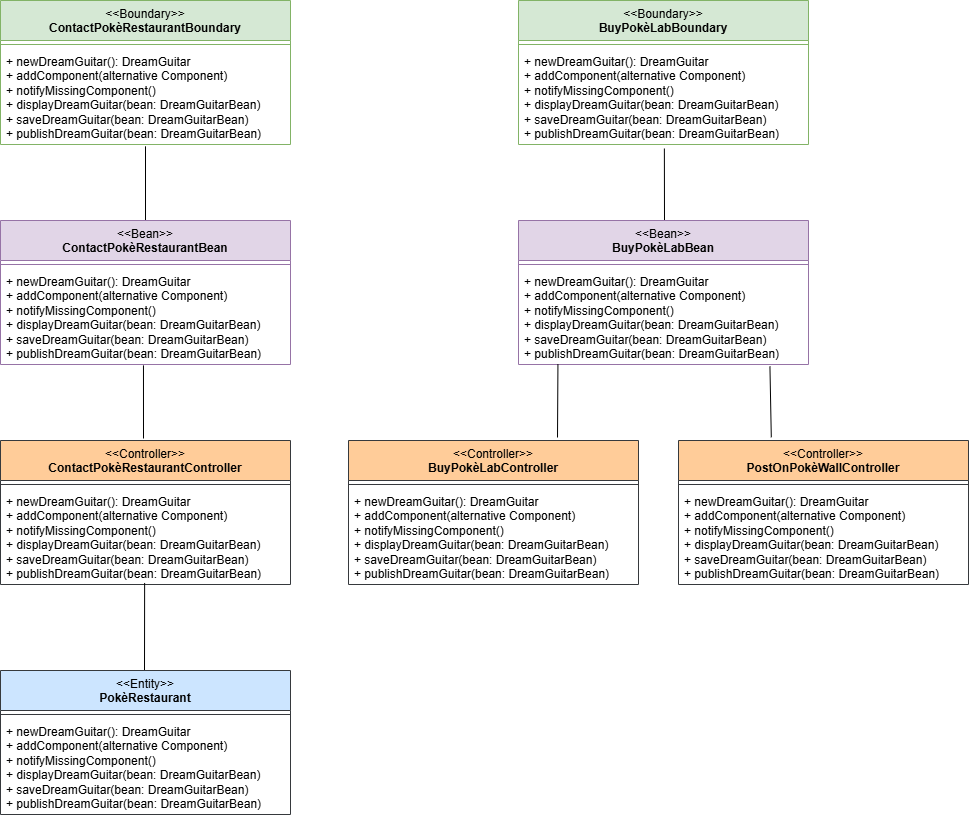
matteopinfildi/ISPW-Project keeps this draw.io diagram as diagrams/BCE.drawio.png. Above is the earlier version. Source tidied: cells renumbered, new cells last; positions are measured from the earlier drawing's top-left corner, leaving out a move shared by most shapes. Source of this version:
```xml
<mxGraphModel>
  <root>
    <mxCell id="0" />
    <mxCell id="1" parent="0" />
    <mxCell id="2" value="&lt;div&gt;&lt;span style=&quot;font-weight: normal;&quot;&gt;&amp;lt;&amp;lt;Boundary&amp;gt;&amp;gt;&lt;/span&gt;&lt;/div&gt;ContactPokèRestaurantBoundary" style="swimlane;fontStyle=1;align=center;verticalAlign=top;horizontal=1;startSize=40;whiteSpace=wrap;html=1;fillColor=#d5e8d4;strokeColor=#82b366;" parent="1" vertex="1">
      <mxGeometry width="290" height="144" as="geometry" />
    </mxCell>
    <mxCell id="3" style="line;strokeWidth=1;fillColor=none;align=left;verticalAlign=middle;spacingTop=-1;spacingLeft=3;spacingRight=3;labelPosition=right;strokeColor=inherit;" parent="2" vertex="1">
      <mxGeometry y="40" width="290" height="8" as="geometry" />
    </mxCell>
    <mxCell id="4" value="+ newDreamGuitar(): DreamGuitar&lt;div&gt;+ addComponent(alternative Component)&lt;/div&gt;&lt;div&gt;+ notifyMissingComponent()&lt;/div&gt;&lt;div&gt;&lt;div&gt;+ displayDreamGuitar(bean: DreamGuitarBean)&lt;/div&gt;&lt;div&gt;+ saveDreamGuitar(bean: DreamGuitarBean)&amp;nbsp;&lt;/div&gt;&lt;/div&gt;&lt;div&gt;+ publishDreamGuitar(bean: DreamGuitarBean)&lt;/div&gt;" style="text;strokeColor=none;fillColor=none;align=left;verticalAlign=top;spacingLeft=4;spacingRight=4;overflow=hidden;points=[[0,0.5],[1,0.5]];portConstraint=eastwest;whiteSpace=wrap;html=1;" parent="2" vertex="1">
      <mxGeometry y="48" width="290" height="96" as="geometry" />
    </mxCell>
    <mxCell id="5" value="&lt;div&gt;&lt;span style=&quot;font-weight: normal;&quot;&gt;&amp;lt;&amp;lt;Boundary&amp;gt;&amp;gt;&lt;/span&gt;&lt;/div&gt;BuyPokèLabBoundary" style="swimlane;fontStyle=1;align=center;verticalAlign=top;horizontal=1;startSize=40;whiteSpace=wrap;html=1;fillColor=#d5e8d4;strokeColor=#82b366;" parent="1" vertex="1">
      <mxGeometry x="518" width="290" height="144" as="geometry" />
    </mxCell>
    <mxCell id="6" style="line;strokeWidth=1;fillColor=none;align=left;verticalAlign=middle;spacingTop=-1;spacingLeft=3;spacingRight=3;labelPosition=right;strokeColor=inherit;" parent="5" vertex="1">
      <mxGeometry y="40" width="290" height="8" as="geometry" />
    </mxCell>
    <mxCell id="7" value="+ newDreamGuitar(): DreamGuitar&lt;div&gt;+ addComponent(alternative Component)&lt;/div&gt;&lt;div&gt;+ notifyMissingComponent()&lt;/div&gt;&lt;div&gt;&lt;div&gt;+ displayDreamGuitar(bean: DreamGuitarBean)&lt;/div&gt;&lt;div&gt;+ saveDreamGuitar(bean: DreamGuitarBean)&amp;nbsp;&lt;/div&gt;&lt;/div&gt;&lt;div&gt;+ publishDreamGuitar(bean: DreamGuitarBean)&lt;/div&gt;" style="text;strokeColor=none;fillColor=none;align=left;verticalAlign=top;spacingLeft=4;spacingRight=4;overflow=hidden;points=[[0,0.5],[1,0.5]];portConstraint=eastwest;whiteSpace=wrap;html=1;" parent="5" vertex="1">
      <mxGeometry y="48" width="290" height="96" as="geometry" />
    </mxCell>
    <mxCell id="8" style="endArrow=none;html=1;rounded=0;exitX=0.5;exitY=1.019;exitDx=0;exitDy=0;exitPerimeter=0;" parent="1" edge="1" source="4">
      <mxGeometry relative="1" as="geometry">
        <mxPoint x="145" y="220" as="targetPoint" />
      </mxGeometry>
    </mxCell>
    <mxCell id="9" style="endArrow=none;html=1;rounded=0;exitX=0.503;exitY=1.042;exitDx=0;exitDy=0;exitPerimeter=0;" parent="1" edge="1" source="7">
      <mxGeometry relative="1" as="geometry">
        <mxPoint x="664" y="220" as="targetPoint" />
      </mxGeometry>
    </mxCell>
    <mxCell id="10" value="&lt;div&gt;&lt;span style=&quot;font-weight: normal;&quot;&gt;&amp;lt;&amp;lt;Bean&amp;gt;&amp;gt;&lt;/span&gt;&lt;/div&gt;ContactPokèRestaurantBean" style="swimlane;fontStyle=1;align=center;verticalAlign=top;horizontal=1;startSize=40;whiteSpace=wrap;html=1;fillColor=#e1d5e7;strokeColor=#9673a6;" parent="1" vertex="1">
      <mxGeometry y="220" width="290" height="144" as="geometry" />
    </mxCell>
    <mxCell id="11" style="line;strokeWidth=1;fillColor=none;align=left;verticalAlign=middle;spacingTop=-1;spacingLeft=3;spacingRight=3;labelPosition=right;strokeColor=inherit;" parent="10" vertex="1">
      <mxGeometry y="40" width="290" height="8" as="geometry" />
    </mxCell>
    <mxCell id="12" value="+ newDreamGuitar(): DreamGuitar&lt;div&gt;+ addComponent(alternative Component)&lt;/div&gt;&lt;div&gt;+ notifyMissingComponent()&lt;/div&gt;&lt;div&gt;&lt;div&gt;+ displayDreamGuitar(bean: DreamGuitarBean)&lt;/div&gt;&lt;div&gt;+ saveDreamGuitar(bean: DreamGuitarBean)&amp;nbsp;&lt;/div&gt;&lt;/div&gt;&lt;div&gt;+ publishDreamGuitar(bean: DreamGuitarBean)&lt;/div&gt;" style="text;strokeColor=none;fillColor=none;align=left;verticalAlign=top;spacingLeft=4;spacingRight=4;overflow=hidden;whiteSpace=wrap;html=1;" parent="10" vertex="1">
      <mxGeometry y="48" width="290" height="96" as="geometry" />
    </mxCell>
    <mxCell id="13" value="&lt;div&gt;&lt;span style=&quot;font-weight: normal;&quot;&gt;&amp;lt;&amp;lt;Bean&amp;gt;&amp;gt;&lt;/span&gt;&lt;/div&gt;BuyPokèLabBean" style="swimlane;fontStyle=1;align=center;verticalAlign=top;horizontal=1;startSize=40;whiteSpace=wrap;html=1;fillColor=#e1d5e7;strokeColor=#9673a6;" parent="1" vertex="1">
      <mxGeometry x="518" y="220" width="290" height="144" as="geometry" />
    </mxCell>
    <mxCell id="14" style="line;strokeWidth=1;fillColor=none;align=left;verticalAlign=middle;spacingTop=-1;spacingLeft=3;spacingRight=3;labelPosition=right;strokeColor=inherit;" parent="13" vertex="1">
      <mxGeometry y="40" width="290" height="8" as="geometry" />
    </mxCell>
    <mxCell id="15" value="+ newDreamGuitar(): DreamGuitar&lt;div&gt;+ addComponent(alternative Component)&lt;/div&gt;&lt;div&gt;+ notifyMissingComponent()&lt;/div&gt;&lt;div&gt;&lt;div&gt;+ displayDreamGuitar(bean: DreamGuitarBean)&lt;/div&gt;&lt;div&gt;+ saveDreamGuitar(bean: DreamGuitarBean)&amp;nbsp;&lt;/div&gt;&lt;/div&gt;&lt;div&gt;+ publishDreamGuitar(bean: DreamGuitarBean)&lt;/div&gt;" style="text;strokeColor=none;fillColor=none;align=left;verticalAlign=top;spacingLeft=4;spacingRight=4;overflow=hidden;points=[[0,0.5],[1,0.5]];portConstraint=eastwest;whiteSpace=wrap;html=1;" parent="13" vertex="1">
      <mxGeometry y="48" width="290" height="96" as="geometry" />
    </mxCell>
    <mxCell id="16" style="endArrow=none;html=1;rounded=0;exitX=0.493;exitY=1.03;exitDx=0;exitDy=0;exitPerimeter=0;" parent="1" edge="1">
      <mxGeometry relative="1" as="geometry">
        <mxPoint x="143" y="364.9" as="sourcePoint" />
        <mxPoint x="143" y="438" as="targetPoint" />
      </mxGeometry>
    </mxCell>
    <mxCell id="17" style="endArrow=none;html=1;rounded=0;entryX=0.136;entryY=0.996;entryDx=0;entryDy=0;entryPerimeter=0;" parent="1" edge="1" target="15">
      <mxGeometry relative="1" as="geometry">
        <mxPoint x="557" y="437" as="sourcePoint" />
      </mxGeometry>
    </mxCell>
    <mxCell id="18" value="&lt;div&gt;&lt;span style=&quot;font-weight: normal;&quot;&gt;&amp;lt;&amp;lt;Controller&amp;gt;&amp;gt;&lt;/span&gt;&lt;/div&gt;ContactPokèRestaurantController" style="swimlane;fontStyle=1;align=center;verticalAlign=top;horizontal=1;startSize=40;whiteSpace=wrap;html=1;fillColor=#ffcc99;strokeColor=#36393d;" parent="1" vertex="1">
      <mxGeometry y="440" width="290" height="144" as="geometry" />
    </mxCell>
    <mxCell id="19" style="line;strokeWidth=1;fillColor=none;align=left;verticalAlign=middle;spacingTop=-1;spacingLeft=3;spacingRight=3;labelPosition=right;strokeColor=inherit;" parent="18" vertex="1">
      <mxGeometry y="40" width="290" height="8" as="geometry" />
    </mxCell>
    <mxCell id="20" value="+ newDreamGuitar(): DreamGuitar&lt;div&gt;+ addComponent(alternative Component)&lt;/div&gt;&lt;div&gt;+ notifyMissingComponent()&lt;/div&gt;&lt;div&gt;&lt;div&gt;+ displayDreamGuitar(bean: DreamGuitarBean)&lt;/div&gt;&lt;div&gt;+ saveDreamGuitar(bean: DreamGuitarBean)&amp;nbsp;&lt;/div&gt;&lt;/div&gt;&lt;div&gt;+ publishDreamGuitar(bean: DreamGuitarBean)&lt;/div&gt;" style="text;strokeColor=none;fillColor=none;align=left;verticalAlign=top;spacingLeft=4;spacingRight=4;overflow=hidden;points=[[0,0.5],[1,0.5]];portConstraint=eastwest;whiteSpace=wrap;html=1;" parent="18" vertex="1">
      <mxGeometry y="48" width="290" height="96" as="geometry" />
    </mxCell>
    <mxCell id="21" value="&lt;div&gt;&lt;span style=&quot;font-weight: normal;&quot;&gt;&amp;lt;&amp;lt;Controller&amp;gt;&amp;gt;&lt;/span&gt;&lt;/div&gt;BuyPokèLabController" style="swimlane;fontStyle=1;align=center;verticalAlign=top;horizontal=1;startSize=40;whiteSpace=wrap;html=1;fillColor=#ffcc99;strokeColor=#36393d;" parent="1" vertex="1">
      <mxGeometry x="348" y="440" width="290" height="144" as="geometry" />
    </mxCell>
    <mxCell id="22" style="line;strokeWidth=1;fillColor=none;align=left;verticalAlign=middle;spacingTop=-1;spacingLeft=3;spacingRight=3;labelPosition=right;strokeColor=inherit;" parent="21" vertex="1">
      <mxGeometry y="40" width="290" height="8" as="geometry" />
    </mxCell>
    <mxCell id="23" value="+ newDreamGuitar(): DreamGuitar&lt;div&gt;+ addComponent(alternative Component)&lt;/div&gt;&lt;div&gt;+ notifyMissingComponent()&lt;/div&gt;&lt;div&gt;&lt;div&gt;+ displayDreamGuitar(bean: DreamGuitarBean)&lt;/div&gt;&lt;div&gt;+ saveDreamGuitar(bean: DreamGuitarBean)&amp;nbsp;&lt;/div&gt;&lt;/div&gt;&lt;div&gt;+ publishDreamGuitar(bean: DreamGuitarBean)&lt;/div&gt;" style="text;strokeColor=none;fillColor=none;align=left;verticalAlign=top;spacingLeft=4;spacingRight=4;overflow=hidden;points=[[0,0.5],[1,0.5]];portConstraint=eastwest;whiteSpace=wrap;html=1;" parent="21" vertex="1">
      <mxGeometry y="48" width="290" height="96" as="geometry" />
    </mxCell>
    <mxCell id="24" value="&lt;div&gt;&lt;span style=&quot;font-weight: normal;&quot;&gt;&amp;lt;&amp;lt;Controller&amp;gt;&amp;gt;&lt;/span&gt;&lt;/div&gt;PostOnPokèWallController" style="swimlane;fontStyle=1;align=center;verticalAlign=top;horizontal=1;startSize=40;whiteSpace=wrap;html=1;fillColor=#ffcc99;strokeColor=#36393d;" parent="1" vertex="1">
      <mxGeometry x="678" y="440" width="290" height="144" as="geometry" />
    </mxCell>
    <mxCell id="25" style="line;strokeWidth=1;fillColor=none;align=left;verticalAlign=middle;spacingTop=-1;spacingLeft=3;spacingRight=3;labelPosition=right;strokeColor=inherit;" parent="24" vertex="1">
      <mxGeometry y="40" width="290" height="8" as="geometry" />
    </mxCell>
    <mxCell id="26" value="+ newDreamGuitar(): DreamGuitar&lt;div&gt;+ addComponent(alternative Component)&lt;/div&gt;&lt;div&gt;+ notifyMissingComponent()&lt;/div&gt;&lt;div&gt;&lt;div&gt;+ displayDreamGuitar(bean: DreamGuitarBean)&lt;/div&gt;&lt;div&gt;+ saveDreamGuitar(bean: DreamGuitarBean)&amp;nbsp;&lt;/div&gt;&lt;/div&gt;&lt;div&gt;+ publishDreamGuitar(bean: DreamGuitarBean)&lt;/div&gt;" style="text;strokeColor=none;fillColor=none;align=left;verticalAlign=top;spacingLeft=4;spacingRight=4;overflow=hidden;points=[[0,0.5],[1,0.5]];portConstraint=eastwest;whiteSpace=wrap;html=1;" parent="24" vertex="1">
      <mxGeometry y="48" width="290" height="96" as="geometry" />
    </mxCell>
    <mxCell id="27" style="endArrow=none;html=1;rounded=0;entryX=0.867;entryY=1.019;entryDx=0;entryDy=0;entryPerimeter=0;exitX=0.32;exitY=-0.022;exitDx=0;exitDy=0;exitPerimeter=0;" parent="1" edge="1" source="24" target="15">
      <mxGeometry relative="1" as="geometry" />
    </mxCell>
    <mxCell id="28" style="endArrow=none;html=1;rounded=0;entryX=0.497;entryY=0.984;entryDx=0;entryDy=0;entryPerimeter=0;" parent="1" edge="1" target="20">
      <mxGeometry relative="1" as="geometry">
        <mxPoint x="144" y="670" as="sourcePoint" />
      </mxGeometry>
    </mxCell>
    <mxCell id="29" value="&lt;div&gt;&lt;span style=&quot;font-weight: normal;&quot;&gt;&amp;lt;&amp;lt;Entity&amp;gt;&amp;gt;&lt;/span&gt;&lt;/div&gt;PokèRestaurant" style="swimlane;fontStyle=1;align=center;verticalAlign=top;horizontal=1;startSize=40;whiteSpace=wrap;html=1;fillColor=#cce5ff;strokeColor=#36393d;" parent="1" vertex="1">
      <mxGeometry y="670" width="290" height="144" as="geometry" />
    </mxCell>
    <mxCell id="30" style="line;strokeWidth=1;fillColor=none;align=left;verticalAlign=middle;spacingTop=-1;spacingLeft=3;spacingRight=3;labelPosition=right;strokeColor=inherit;" parent="29" vertex="1">
      <mxGeometry y="40" width="290" height="8" as="geometry" />
    </mxCell>
    <mxCell id="31" value="+ newDreamGuitar(): DreamGuitar&lt;div&gt;+ addComponent(alternative Component)&lt;/div&gt;&lt;div&gt;+ notifyMissingComponent()&lt;/div&gt;&lt;div&gt;&lt;div&gt;+ displayDreamGuitar(bean: DreamGuitarBean)&lt;/div&gt;&lt;div&gt;+ saveDreamGuitar(bean: DreamGuitarBean)&amp;nbsp;&lt;/div&gt;&lt;/div&gt;&lt;div&gt;+ publishDreamGuitar(bean: DreamGuitarBean)&lt;/div&gt;" style="text;strokeColor=none;fillColor=none;align=left;verticalAlign=top;spacingLeft=4;spacingRight=4;overflow=hidden;whiteSpace=wrap;html=1;" parent="29" vertex="1">
      <mxGeometry y="48" width="290" height="96" as="geometry" />
    </mxCell>
  </root>
</mxGraphModel>
```
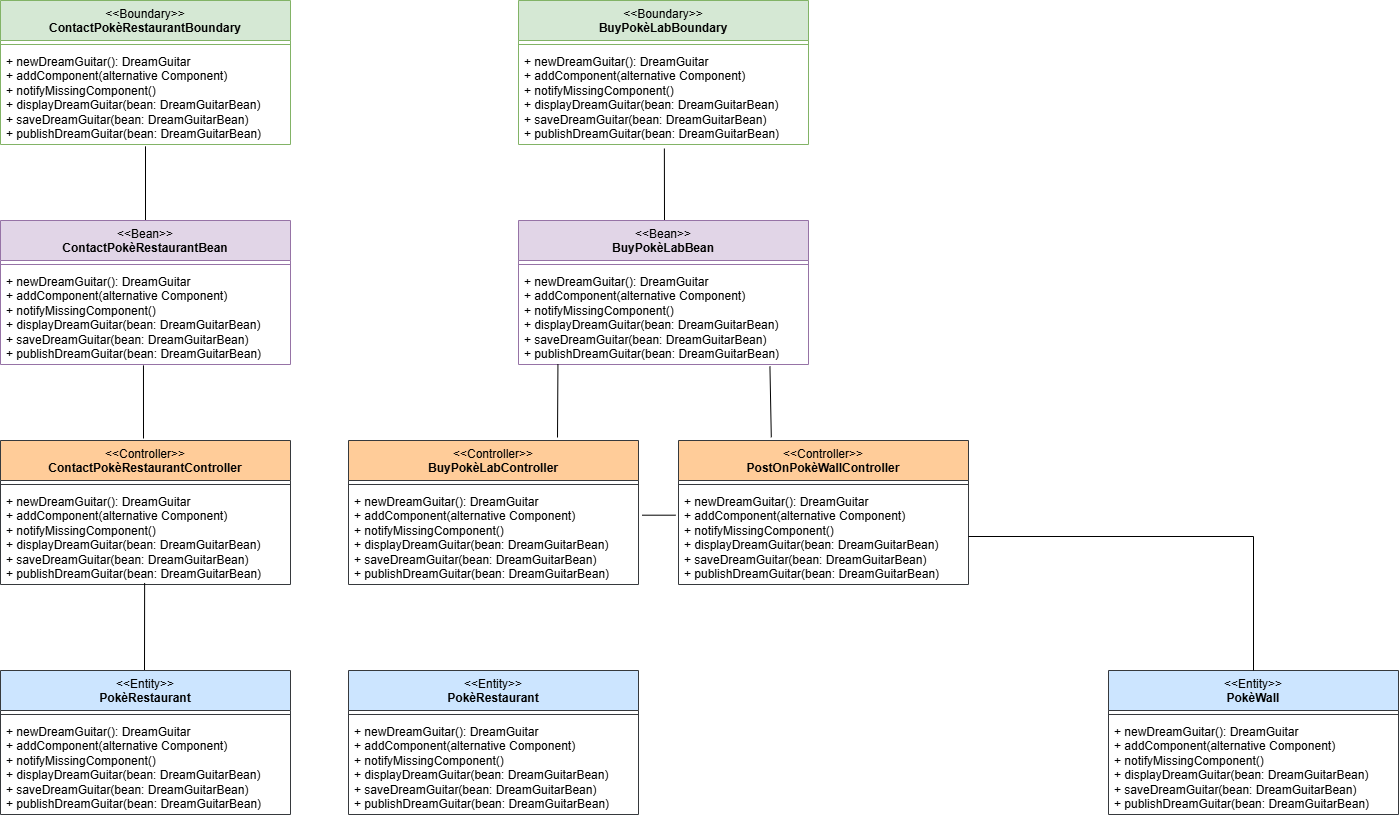
After the commit.

The edit, as a diff of the source:
```diff
@@ -103,5 +103,33 @@
     <mxCell id="31" value="+ newDreamGuitar(): DreamGuitar&lt;div&gt;+ addComponent(alternative Component)&lt;/div&gt;&lt;div&gt;+ notifyMissingComponent()&lt;/div&gt;&lt;div&gt;&lt;div&gt;+ displayDreamGuitar(bean: DreamGuitarBean)&lt;/div&gt;&lt;div&gt;+ saveDreamGuitar(bean: DreamGuitarBean)&amp;nbsp;&lt;/div&gt;&lt;/div&gt;&lt;div&gt;+ publishDreamGuitar(bean: DreamGuitarBean)&lt;/div&gt;" style="text;strokeColor=none;fillColor=none;align=left;verticalAlign=top;spacingLeft=4;spacingRight=4;overflow=hidden;whiteSpace=wrap;html=1;" parent="29" vertex="1">
       <mxGeometry y="48" width="290" height="96" as="geometry" />
     </mxCell>
+    <mxCell id="32" value="&lt;div&gt;&lt;span style=&quot;font-weight: normal;&quot;&gt;&amp;lt;&amp;lt;Entity&amp;gt;&amp;gt;&lt;/span&gt;&lt;/div&gt;PokèWall" style="swimlane;fontStyle=1;align=center;verticalAlign=top;horizontal=1;startSize=40;whiteSpace=wrap;html=1;fillColor=#cce5ff;strokeColor=#36393d;" parent="1" vertex="1">
+      <mxGeometry x="1108" y="670" width="290" height="144" as="geometry" />
+    </mxCell>
+    <mxCell id="33" style="line;strokeWidth=1;fillColor=none;align=left;verticalAlign=middle;spacingTop=-1;spacingLeft=3;spacingRight=3;labelPosition=right;strokeColor=inherit;" parent="32" vertex="1">
+      <mxGeometry y="40" width="290" height="8" as="geometry" />
+    </mxCell>
+    <mxCell id="34" value="+ newDreamGuitar(): DreamGuitar&lt;div&gt;+ addComponent(alternative Component)&lt;/div&gt;&lt;div&gt;+ notifyMissingComponent()&lt;/div&gt;&lt;div&gt;&lt;div&gt;+ displayDreamGuitar(bean: DreamGuitarBean)&lt;/div&gt;&lt;div&gt;+ saveDreamGuitar(bean: DreamGuitarBean)&amp;nbsp;&lt;/div&gt;&lt;/div&gt;&lt;div&gt;+ publishDreamGuitar(bean: DreamGuitarBean)&lt;/div&gt;" style="text;strokeColor=none;fillColor=none;align=left;verticalAlign=top;spacingLeft=4;spacingRight=4;overflow=hidden;whiteSpace=wrap;html=1;" parent="32" vertex="1">
+      <mxGeometry y="48" width="290" height="96" as="geometry" />
+    </mxCell>
+    <mxCell id="35" style="endArrow=none;html=1;rounded=0;entryX=0.5;entryY=0;entryDx=0;entryDy=0;exitX=1;exitY=0.5;exitDx=0;exitDy=0;" parent="1" edge="1" source="26" target="32">
+      <mxGeometry relative="1" as="geometry">
+        <Array as="points">
+          <mxPoint x="1253" y="536" />
+        </Array>
+      </mxGeometry>
+    </mxCell>
+    <mxCell id="36" value="&lt;div&gt;&lt;span style=&quot;font-weight: normal;&quot;&gt;&amp;lt;&amp;lt;Entity&amp;gt;&amp;gt;&lt;/span&gt;&lt;/div&gt;PokèRestaurant" style="swimlane;fontStyle=1;align=center;verticalAlign=top;horizontal=1;startSize=40;whiteSpace=wrap;html=1;fillColor=#cce5ff;strokeColor=#36393d;" parent="1" vertex="1">
+      <mxGeometry x="348" y="670" width="290" height="144" as="geometry" />
+    </mxCell>
+    <mxCell id="37" style="line;strokeWidth=1;fillColor=none;align=left;verticalAlign=middle;spacingTop=-1;spacingLeft=3;spacingRight=3;labelPosition=right;strokeColor=inherit;" parent="36" vertex="1">
+      <mxGeometry y="40" width="290" height="8" as="geometry" />
+    </mxCell>
+    <mxCell id="38" value="+ newDreamGuitar(): DreamGuitar&lt;div&gt;+ addComponent(alternative Component)&lt;/div&gt;&lt;div&gt;+ notifyMissingComponent()&lt;/div&gt;&lt;div&gt;&lt;div&gt;+ displayDreamGuitar(bean: DreamGuitarBean)&lt;/div&gt;&lt;div&gt;+ saveDreamGuitar(bean: DreamGuitarBean)&amp;nbsp;&lt;/div&gt;&lt;/div&gt;&lt;div&gt;+ publishDreamGuitar(bean: DreamGuitarBean)&lt;/div&gt;" style="text;strokeColor=none;fillColor=none;align=left;verticalAlign=top;spacingLeft=4;spacingRight=4;overflow=hidden;whiteSpace=wrap;html=1;" parent="36" vertex="1">
+      <mxGeometry y="48" width="290" height="96" as="geometry" />
+    </mxCell>
+    <mxCell id="39" style="endArrow=none;html=1;rounded=0;exitX=-0.01;exitY=0.278;exitDx=0;exitDy=0;exitPerimeter=0;entryX=1.013;entryY=0.278;entryDx=0;entryDy=0;entryPerimeter=0;" parent="1" edge="1" source="26" target="23">
+      <mxGeometry relative="1" as="geometry" />
+    </mxCell>
   </root>
 </mxGraphModel>
```
